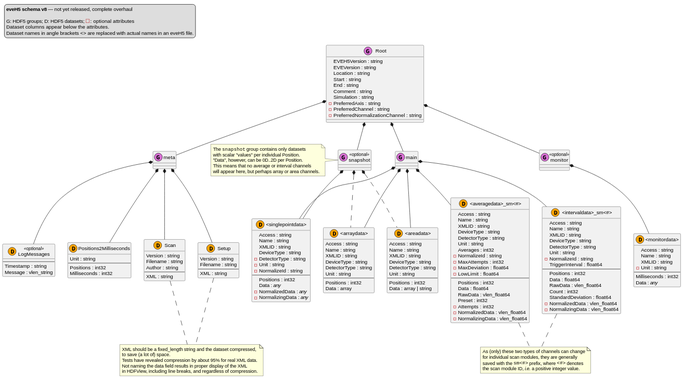
This is docs/uml/eveh5-v8.svg from tillbiskup/evedata, a PlantUML export, as it was before one commit.
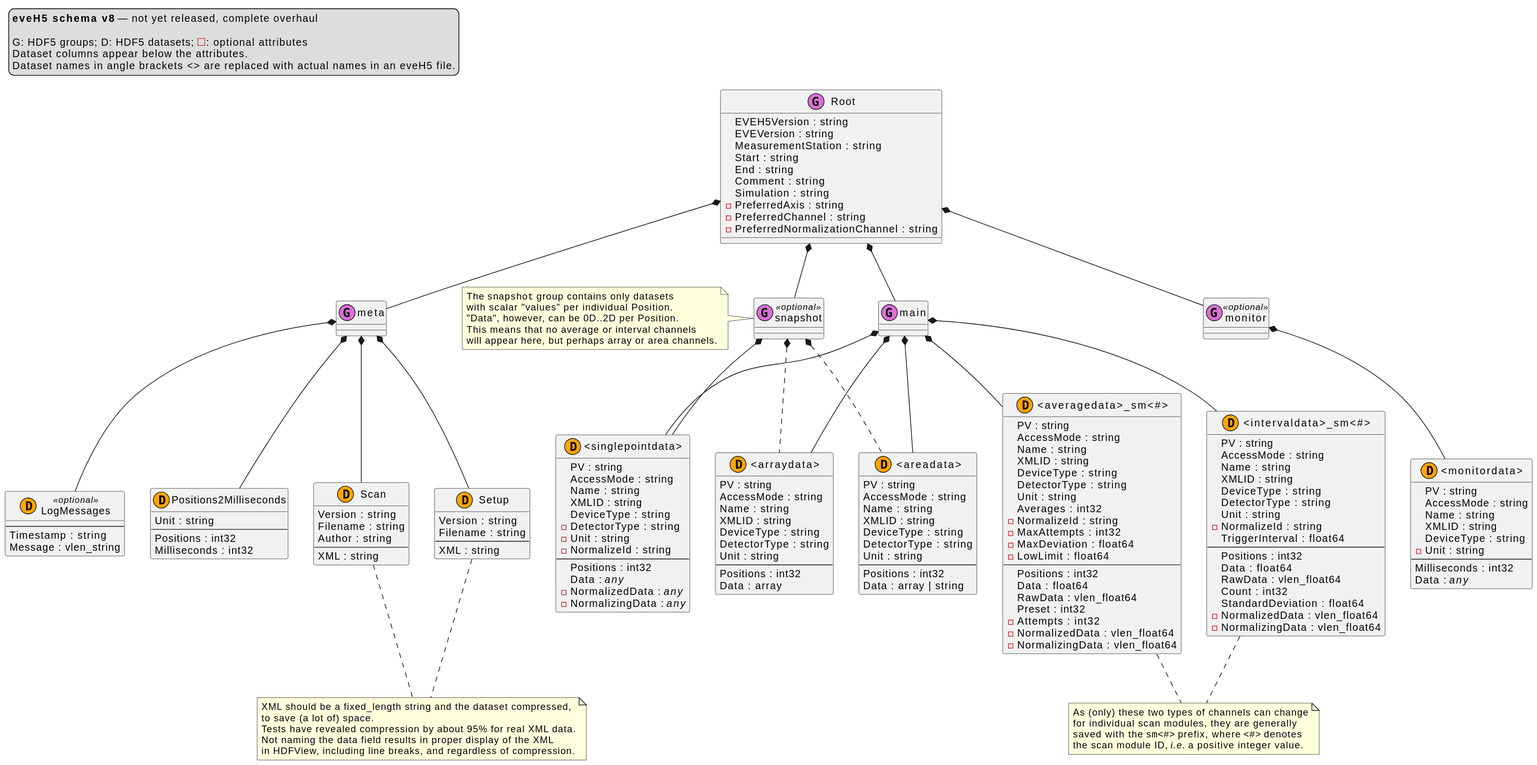
After the change.

Commit message:
Cleanup architecture planning: remove many no longer open questions; update schemata accordingly

The edit, as a diff of the source:
```diff
@@ -11,7 +11,7 @@
 class Root << (G,orchid) >> {
     EVEH5Version : string
     EVEVersion : string
-    Location : string
+    MeasurementStation : string
     Start : string
     End : string
     Comment : string
@@ -55,7 +55,8 @@
 meta *-- LogMessages
 
 class "<singlepointdata>" << (D,orange) >> {
-    Access : string
+    PV : string
+    AccessMode : string
     Name : string
     XMLID : string
     DeviceType : string
@@ -76,7 +77,8 @@
 main *-- "<areadata>"
 
 class "<averagedata>_sm<#>" << (D,orange) >> {
-    Access : string
+    PV : string
+    AccessMode : string
     Name : string
     XMLID : string
     DeviceType : string
@@ -98,7 +100,8 @@
 }
 
 class "<intervaldata>_sm<#>" << (D,orange) >> {
-    Access : string
+    PV : string
+    AccessMode : string
     Name : string
     XMLID : string
     DeviceType : string
@@ -127,7 +130,8 @@
 "<averagedata>_sm<#>" .. sm_channel_note
 
 class "<arraydata>" << (D,orange) >> {
-    Access : string
+    PV : string
+    AccessMode : string
     Name : string
     XMLID : string
     DeviceType : string
@@ -139,7 +143,8 @@
 }
 
 class "<areadata>" << (D,orange) >> {
-    Access : string
+    PV : string
+    AccessMode : string
     Name : string
     XMLID : string
     DeviceType : string
@@ -190,9 +195,11 @@
 Setup .. SCML_note
 
 class "<monitordata>" << (D,orange) >> {
-    Access : string
+    PV : string
+    AccessMode : string
     Name : string
     XMLID : string
+    DeviceType : string
     - Unit : string
     --
     Milliseconds : int32
```
